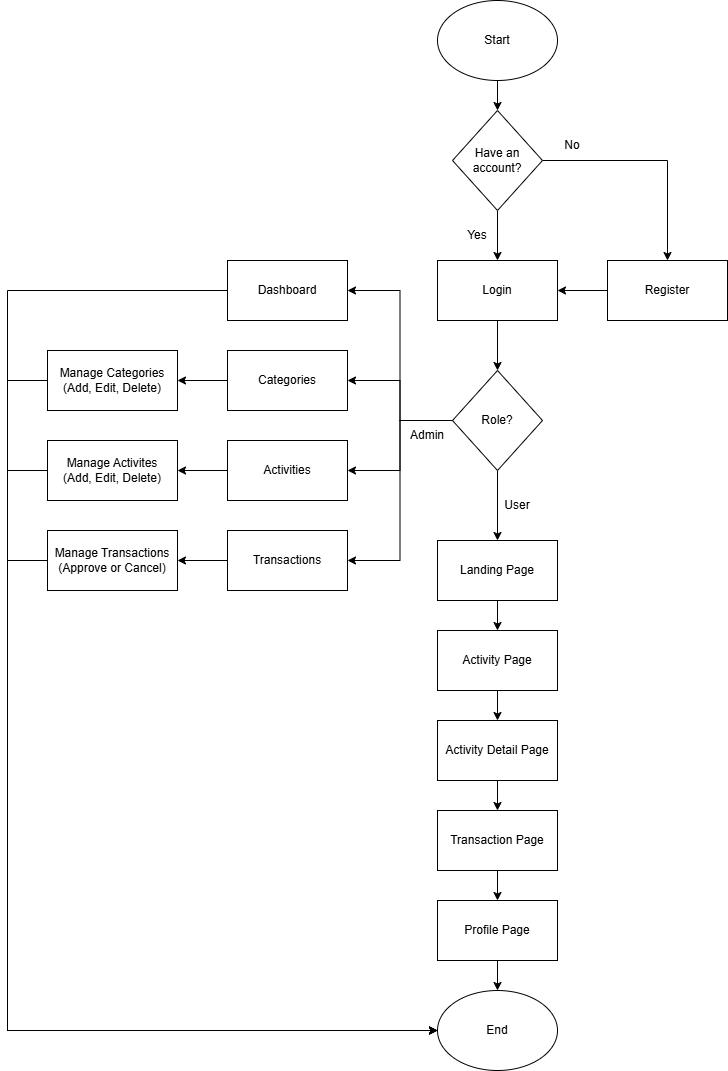
jeremianoel/sportHaven keeps this draw.io diagram as src/assets/SportHavenUserFlow.png. Above is the earlier version. Source tidied: cells renumbered, new cells last; positions are measured from the earlier drawing's top-left corner, leaving out a move shared by most shapes.
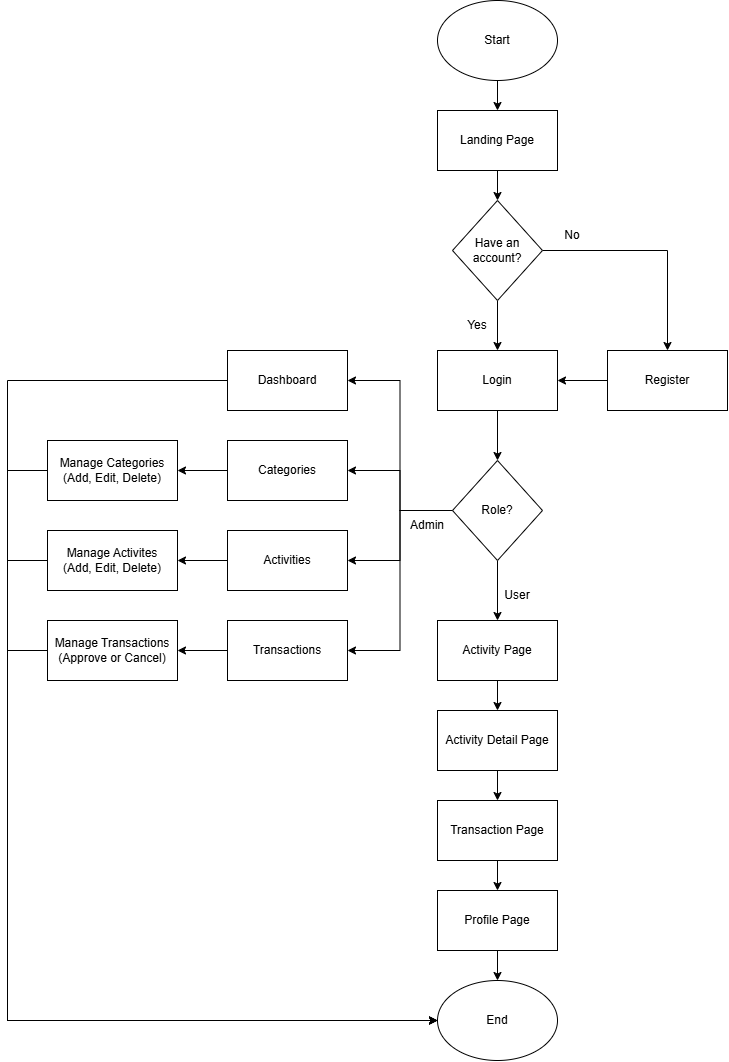
The same file after the commit.

Change to the diagram source:
```diff
@@ -2,11 +2,11 @@
   <root>
     <mxCell id="0" />
     <mxCell id="1" parent="0" />
-    <mxCell id="2" style="edgeStyle=orthogonalEdgeStyle;rounded=0;jettySize=auto;html=1;" parent="1" edge="1" source="3" target="6">
-      <mxGeometry relative="1" as="geometry" />
-    </mxCell>
+    <mxCell id="46" style="edgeStyle=orthogonalEdgeStyle;rounded=0;jettySize=auto;html=1;" parent="1" edge="1" source="3" target="18">
+      <mxGeometry relative="1" as="geometry" />
+    </mxCell>
     <mxCell id="3" value="Start" style="ellipse;whiteSpace=wrap;html=1;" parent="1" vertex="1">
-      <mxGeometry x="430" width="120" height="80" as="geometry" />
+      <mxGeometry x="430" y="-90" width="120" height="80" as="geometry" />
     </mxCell>
     <mxCell id="4" style="edgeStyle=orthogonalEdgeStyle;rounded=0;jettySize=auto;html=1;" parent="1" edge="1" source="6" target="16">
       <mxGeometry relative="1" as="geometry" />
@@ -17,9 +17,6 @@
     <mxCell id="6" value="Have an account?" style="rhombus;whiteSpace=wrap;html=1;" parent="1" vertex="1">
       <mxGeometry x="445" y="110" width="90" height="100" as="geometry" />
     </mxCell>
-    <mxCell id="7" style="edgeStyle=orthogonalEdgeStyle;rounded=0;jettySize=auto;html=1;" parent="1" edge="1" source="12" target="18">
-      <mxGeometry relative="1" as="geometry" />
-    </mxCell>
     <mxCell id="8" style="edgeStyle=orthogonalEdgeStyle;rounded=0;jettySize=auto;html=1;exitX=0;exitY=0.5;exitDx=0;exitDy=0;entryX=1;entryY=0.5;entryDx=0;entryDy=0;" parent="1" edge="1" source="12" target="32">
       <mxGeometry relative="1" as="geometry" />
     </mxCell>
@@ -32,6 +29,9 @@
     <mxCell id="11" style="edgeStyle=orthogonalEdgeStyle;rounded=0;jettySize=auto;html=1;entryX=1;entryY=0.5;entryDx=0;entryDy=0;" parent="1" edge="1" source="12" target="38">
       <mxGeometry relative="1" as="geometry" />
     </mxCell>
+    <mxCell id="47" style="edgeStyle=orthogonalEdgeStyle;rounded=0;jettySize=auto;html=1;entryX=0.5;entryY=0;entryDx=0;entryDy=0;" parent="1" edge="1" source="12" target="20">
+      <mxGeometry relative="1" as="geometry" />
+    </mxCell>
     <mxCell id="12" value="Role?" style="rhombus;whiteSpace=wrap;html=1;" parent="1" vertex="1">
       <mxGeometry x="445" y="370" width="90" height="100" as="geometry" />
     </mxCell>
@@ -47,17 +47,17 @@
     <mxCell id="16" value="Register" style="whiteSpace=wrap;html=1;" parent="1" vertex="1">
       <mxGeometry x="600" y="260" width="120" height="60" as="geometry" />
     </mxCell>
-    <mxCell id="17" style="edgeStyle=orthogonalEdgeStyle;rounded=0;jettySize=auto;html=1;" parent="1" edge="1" source="18" target="20">
-      <mxGeometry relative="1" as="geometry" />
-    </mxCell>
+    <mxCell id="48" style="edgeStyle=orthogonalEdgeStyle;rounded=0;jettySize=auto;html=1;" parent="1" edge="1" source="18" target="6">
+      <mxGeometry relative="1" as="geometry" />
+    </mxCell>
     <mxCell id="18" value="Landing Page" style="rounded=0;whiteSpace=wrap;html=1;" parent="1" vertex="1">
-      <mxGeometry x="430" y="540" width="120" height="60" as="geometry" />
+      <mxGeometry x="430" y="20" width="120" height="60" as="geometry" />
     </mxCell>
     <mxCell id="19" style="edgeStyle=orthogonalEdgeStyle;rounded=0;jettySize=auto;html=1;" parent="1" edge="1" source="20" target="24">
       <mxGeometry relative="1" as="geometry" />
     </mxCell>
     <mxCell id="20" value="Activity Page" style="rounded=0;whiteSpace=wrap;html=1;" parent="1" vertex="1">
-      <mxGeometry x="430" y="630" width="120" height="60" as="geometry" />
+      <mxGeometry x="430" y="530" width="120" height="60" as="geometry" />
     </mxCell>
     <mxCell id="21" value="Yes" style="text;html=1;align=center;verticalAlign=middle;whiteSpace=wrap;rounded=0;" parent="1" vertex="1">
       <mxGeometry x="440" y="220" width="60" height="30" as="geometry" />
@@ -69,22 +69,22 @@
       <mxGeometry relative="1" as="geometry" />
     </mxCell>
     <mxCell id="24" value="Activity Detail Page" style="rounded=0;whiteSpace=wrap;html=1;" parent="1" vertex="1">
-      <mxGeometry x="430" y="720" width="120" height="60" as="geometry" />
+      <mxGeometry x="430" y="620" width="120" height="60" as="geometry" />
     </mxCell>
     <mxCell id="25" style="edgeStyle=orthogonalEdgeStyle;rounded=0;jettySize=auto;html=1;" parent="1" edge="1" source="26" target="28">
       <mxGeometry relative="1" as="geometry" />
     </mxCell>
     <mxCell id="26" value="Transaction Page" style="rounded=0;whiteSpace=wrap;html=1;" parent="1" vertex="1">
-      <mxGeometry x="430" y="810" width="120" height="60" as="geometry" />
+      <mxGeometry x="430" y="710" width="120" height="60" as="geometry" />
     </mxCell>
     <mxCell id="27" style="edgeStyle=orthogonalEdgeStyle;rounded=0;jettySize=auto;html=1;" parent="1" edge="1" source="28" target="29">
       <mxGeometry relative="1" as="geometry" />
     </mxCell>
     <mxCell id="28" value="Profile Page" style="rounded=0;whiteSpace=wrap;html=1;" parent="1" vertex="1">
-      <mxGeometry x="430" y="900" width="120" height="60" as="geometry" />
+      <mxGeometry x="430" y="800" width="120" height="60" as="geometry" />
     </mxCell>
     <mxCell id="29" value="End" style="ellipse;whiteSpace=wrap;html=1;" parent="1" vertex="1">
-      <mxGeometry x="430" y="990" width="120" height="80" as="geometry" />
+      <mxGeometry x="430" y="890" width="120" height="80" as="geometry" />
     </mxCell>
     <mxCell id="30" value="User" style="text;html=1;align=center;verticalAlign=middle;whiteSpace=wrap;rounded=0;" parent="1" vertex="1">
       <mxGeometry x="480" y="490" width="60" height="30" as="geometry" />
@@ -93,7 +93,7 @@
       <mxGeometry relative="1" as="geometry">
         <Array as="points">
           <mxPoint y="290" />
-          <mxPoint y="1030" />
+          <mxPoint y="930" />
         </Array>
       </mxGeometry>
     </mxCell>
@@ -125,7 +125,7 @@
       <mxGeometry relative="1" as="geometry">
         <Array as="points">
           <mxPoint y="380" />
-          <mxPoint y="1030" />
+          <mxPoint y="930" />
         </Array>
       </mxGeometry>
     </mxCell>
@@ -136,7 +136,7 @@
       <mxGeometry relative="1" as="geometry">
         <Array as="points">
           <mxPoint y="470" />
-          <mxPoint y="1030" />
+          <mxPoint y="930" />
         </Array>
       </mxGeometry>
     </mxCell>
@@ -147,7 +147,7 @@
       <mxGeometry relative="1" as="geometry">
         <Array as="points">
           <mxPoint y="560" />
-          <mxPoint y="1030" />
+          <mxPoint y="930" />
         </Array>
       </mxGeometry>
     </mxCell>
```
